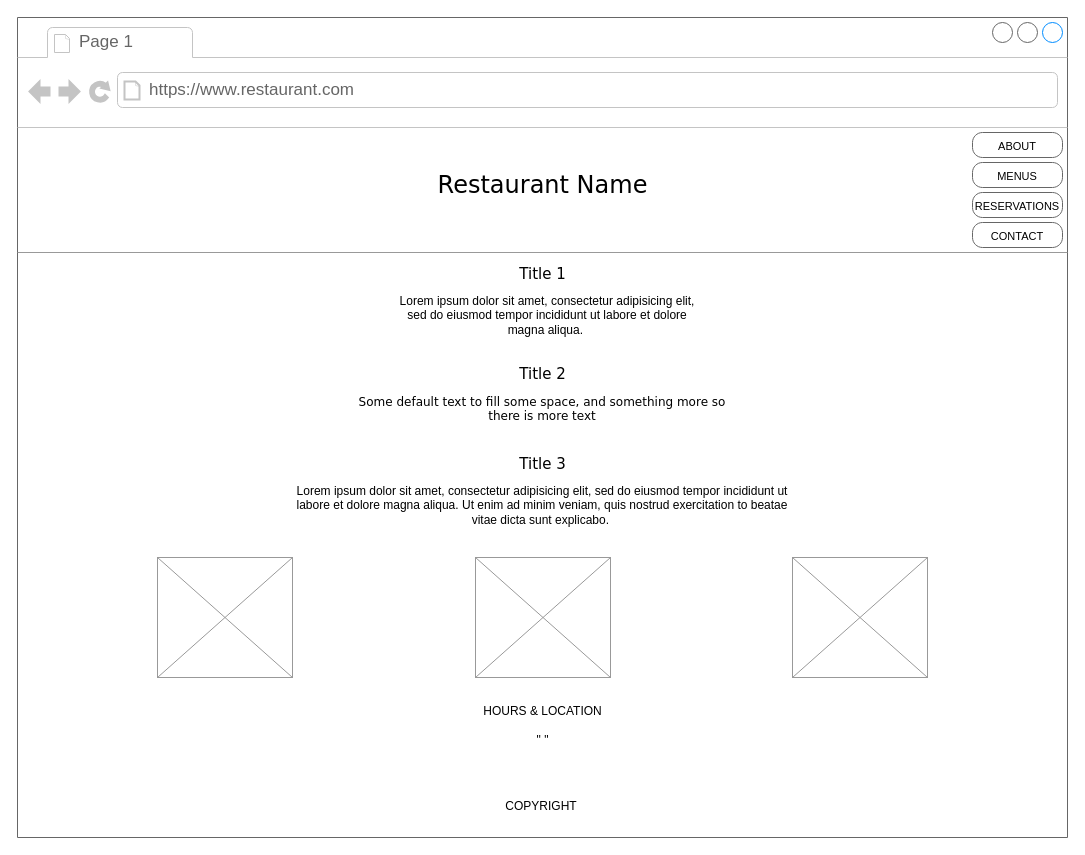
Above: wireframing.drawio in chae1n/Juvayome-Cucina (draw.io), before the change. Source tidied: cells renumbered, new cells numbered last; positions are measured from the earlier drawing's top-left corner, leaving out a move shared by most shapes. Both pictures are drawn from the tidied source at 100%, with x=0, y=0 at pixel (17, 17).
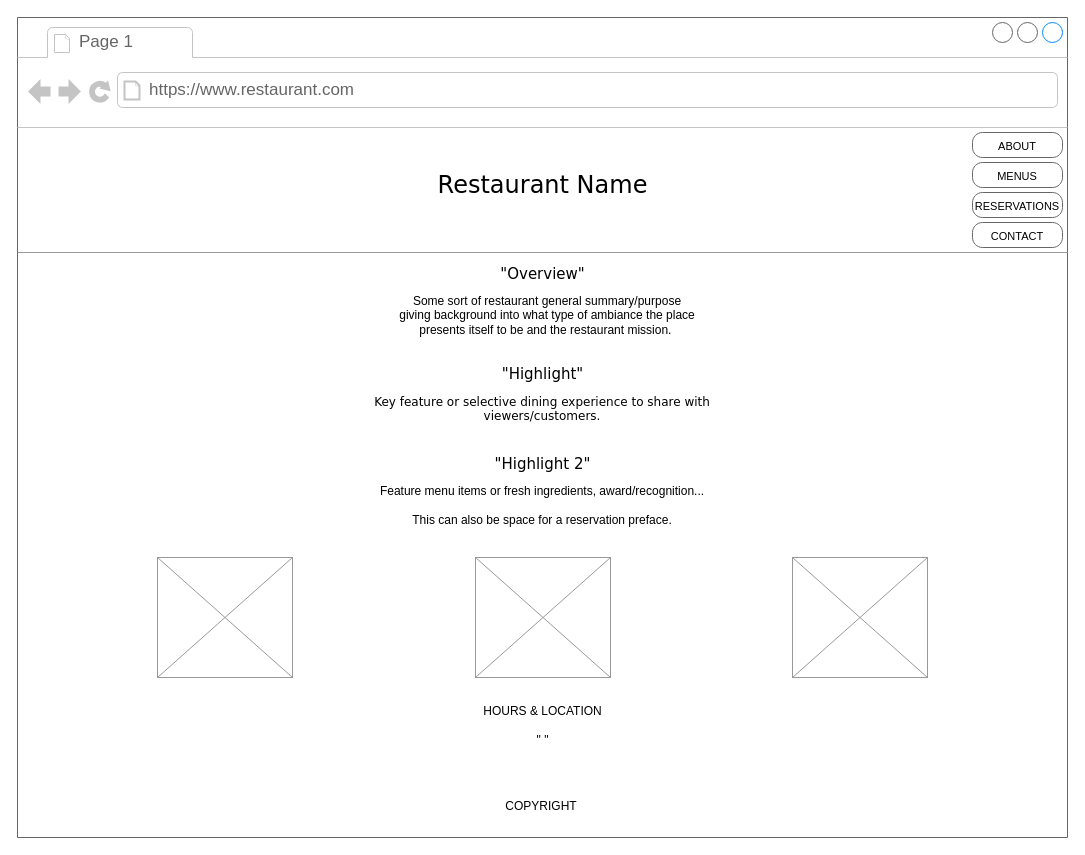
The same page after the edit.

Unchanged cells that the change refers to:
```xml
<mxCell id="2" style="strokeWidth=1;shadow=0;dashed=0;align=center;html=1;shape=mxgraph.mockup.containers.browserWindow;rSize=0;strokeColor=#666666;mainText=,;rounded=0;labelBackgroundColor=none;fontFamily=Verdana;fontSize=12;" parent="1" vertex="1">
  <mxGeometry width="1050" height="820" as="geometry" />
</mxCell>
```

Change to the diagram source:
```diff
@@
-    <mxCell id="7" value="Title 1" style="text;html=1;align=center;verticalAlign=top;spacingTop=-4;fontSize=15;fontFamily=Verdana;" parent="2" vertex="1">
+    <mxCell id="7" value="&quot;Overview&quot;" style="text;html=1;align=center;verticalAlign=top;spacingTop=-4;fontSize=15;fontFamily=Verdana;" parent="2" vertex="1">
       <mxGeometry x="470" y="245" width="110" height="25" as="geometry" />
     </mxCell>
-    <mxCell id="8" value="Lorem ipsum dolor sit amet, consectetur adipisicing elit, sed do eiusmod tempor incididunt ut labore et dolore magna aliqua.&amp;nbsp;" style="text;spacingTop=-5;whiteSpace=wrap;html=1;align=center;fontSize=12;fontFamily=Helvetica;fillColor=none;strokeColor=none;rounded=0;shadow=1;labelBackgroundColor=none;" parent="2" vertex="1">
+    <mxCell id="8" value="Some sort of restaurant general summary/purpose giving background into what type of ambiance the place presents itself to be and the restaurant mission.&amp;nbsp;" style="text;spacingTop=-5;whiteSpace=wrap;html=1;align=center;fontSize=12;fontFamily=Helvetica;fillColor=none;strokeColor=none;rounded=0;shadow=1;labelBackgroundColor=none;" parent="2" vertex="1">
       <mxGeometry x="380" y="275" width="300" height="85" as="geometry" />
     </mxCell>
@@
-    <mxCell id="11" value="Title 2" style="text;html=1;align=center;verticalAlign=top;spacingTop=-4;fontSize=15;fontFamily=Verdana;" parent="2" vertex="1">
+    <mxCell id="11" value="&quot;Highlight&quot;" style="text;html=1;align=center;verticalAlign=top;spacingTop=-4;fontSize=15;fontFamily=Verdana;" parent="2" vertex="1">
       <mxGeometry x="440" y="345" width="170" height="30" as="geometry" />
     </mxCell>
-    <mxCell id="12" value="Title 3" style="text;html=1;align=center;verticalAlign=top;spacingTop=-4;fontSize=15;fontFamily=Verdana;" parent="2" vertex="1">
+    <mxCell id="12" value="&quot;Highlight 2&quot;" style="text;html=1;align=center;verticalAlign=top;spacingTop=-4;fontSize=15;fontFamily=Verdana;" parent="2" vertex="1">
       <mxGeometry x="440" y="435" width="170" height="30" as="geometry" />
     </mxCell>
-    <mxCell id="13" value="Some default text to fill some space, and&amp;nbsp;&lt;span&gt;something more so there is more text&lt;/span&gt;" style="text;html=1;align=center;verticalAlign=top;spacingTop=-4;fontSize=12;fontFamily=Verdana;whiteSpace=wrap;" parent="2" vertex="1">
+    <mxCell id="13" value="Key feature or selective dining experience to share with viewers/customers." style="text;html=1;align=center;verticalAlign=top;spacingTop=-4;fontSize=12;fontFamily=Verdana;whiteSpace=wrap;" parent="2" vertex="1">
       <mxGeometry x="325" y="375" width="400" height="55" as="geometry" />
     </mxCell>
-    <mxCell id="14" value="Lorem ipsum dolor sit amet, consectetur adipisicing elit, sed do eiusmod tempor incididunt ut labore et dolore magna aliqua. Ut enim ad minim veniam, quis nostrud exercitation to beatae vitae dicta sunt explicabo.&amp;nbsp;" style="text;spacingTop=-5;whiteSpace=wrap;html=1;align=center;fontSize=12;fontFamily=Helvetica;fillColor=none;strokeColor=none;rounded=0;shadow=1;labelBackgroundColor=none;" parent="2" vertex="1">
+    <mxCell id="14" value="Feature menu items or fresh ingredients, award/recognition...&lt;div&gt;&lt;br&gt;&lt;/div&gt;&lt;div&gt;This can also be space for a reservation preface.&lt;/div&gt;" style="text;spacingTop=-5;whiteSpace=wrap;html=1;align=center;fontSize=12;fontFamily=Helvetica;fillColor=none;strokeColor=none;rounded=0;shadow=1;labelBackgroundColor=none;" parent="2" vertex="1">
       <mxGeometry x="275" y="465" width="500" height="55" as="geometry" />
     </mxCell>
```
